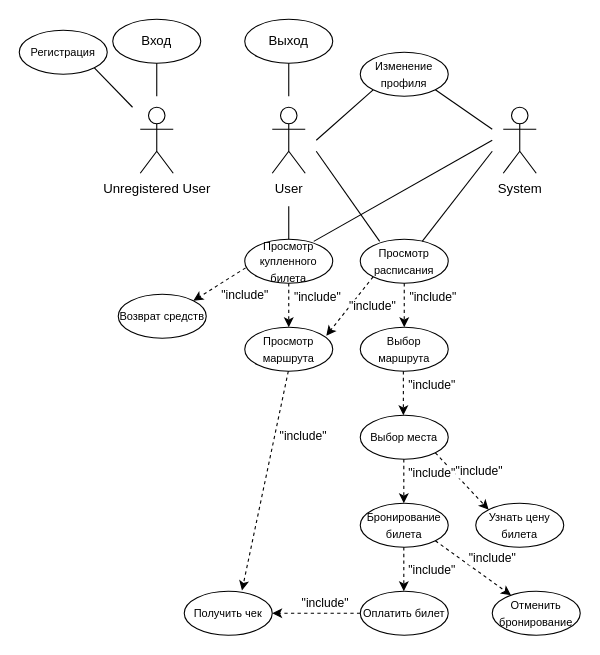
This is диаграмма использования.drawio from SokDobry1/java_project, a draw.io file, before an edit. Source tidied: cells renumbered, new cells numbered last; positions are measured from the earlier drawing's top-left corner, leaving out a move shared by most shapes. Both pictures are drawn from the tidied source at 110%, with x=0, y=0 at pixel (19, 19).
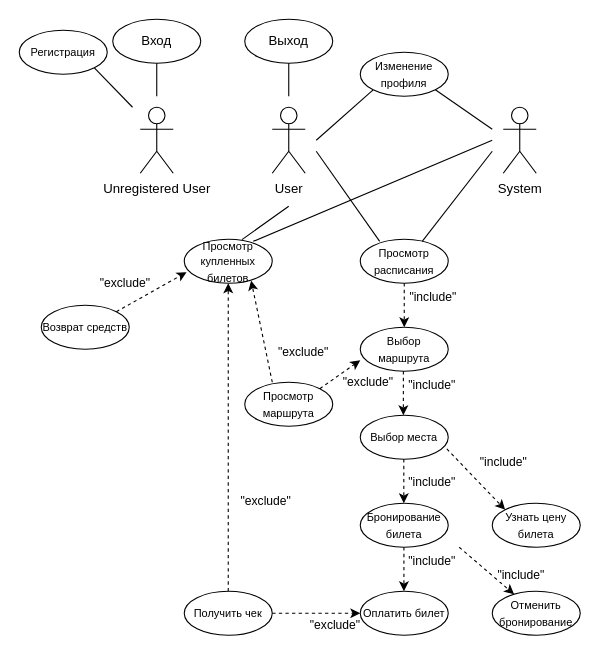
Above is the later version.

The change refers to these unchanged cells:
```xml
<mxCell id="7" value="&lt;font style=&quot;font-size: 10px;&quot;&gt;Выбор маршрута&lt;/font&gt;" style="ellipse;whiteSpace=wrap;html=1;" parent="1" vertex="1">
  <mxGeometry x="310" y="280" width="80" height="40" as="geometry" />
</mxCell>
<mxCell id="13" value="&lt;font style=&quot;font-size: 10px;&quot;&gt;Просмотр расписания&lt;/font&gt;" style="ellipse;whiteSpace=wrap;html=1;" parent="1" vertex="1">
  <mxGeometry x="310" y="200" width="80" height="40" as="geometry" />
</mxCell>
<mxCell id="17" value="&lt;font style=&quot;font-size: 10px;&quot;&gt;Выбор места&lt;/font&gt;" style="ellipse;whiteSpace=wrap;html=1;" parent="1" vertex="1">
  <mxGeometry x="310" y="360" width="80" height="40" as="geometry" />
</mxCell>
<mxCell id="18" value="&lt;font style=&quot;font-size: 10px;&quot;&gt;Бронирование билета&lt;/font&gt;" style="ellipse;whiteSpace=wrap;html=1;" parent="1" vertex="1">
  <mxGeometry x="310" y="440" width="80" height="40" as="geometry" />
</mxCell>
<mxCell id="19" value="&lt;font style=&quot;font-size: 10px;&quot;&gt;Оплатить билет&lt;/font&gt;" style="ellipse;whiteSpace=wrap;html=1;" parent="1" vertex="1">
  <mxGeometry x="310" y="520" width="80" height="40" as="geometry" />
</mxCell>
<mxCell id="20" value="&lt;font style=&quot;font-size: 10px;&quot;&gt;Получить чек&lt;/font&gt;" style="ellipse;whiteSpace=wrap;html=1;" parent="1" vertex="1">
  <mxGeometry x="150" y="520" width="80" height="40" as="geometry" />
</mxCell>
<mxCell id="21" value="&lt;font style=&quot;font-size: 10px;&quot;&gt;Отменить бронирование&lt;/font&gt;" style="ellipse;whiteSpace=wrap;html=1;" parent="1" vertex="1">
  <mxGeometry x="430" y="520" width="80" height="40" as="geometry" />
</mxCell>
<mxCell id="45" style="endArrow=classic;html=1;rounded=0;exitX=0.5;exitY=1;exitDx=0;exitDy=0;entryX=0.5;entryY=0;entryDx=0;entryDy=0;dashed=1;" parent="1" edge="1">
  <mxGeometry relative="1" as="geometry">
    <mxPoint x="349.6" y="400" as="sourcePoint" />
    <mxPoint x="349.6" y="440" as="targetPoint" />
  </mxGeometry>
</mxCell>
```

The edit, as a diff of the source:
```diff
@@
     <mxCell id="14" value="&lt;font style=&quot;font-size: 10px;&quot;&gt;Узнать цену билета&lt;/font&gt;" style="ellipse;whiteSpace=wrap;html=1;" parent="1" vertex="1">
-      <mxGeometry x="415" y="440" width="80" height="40" as="geometry" />
+      <mxGeometry x="430" y="440" width="80" height="40" as="geometry" />
     </mxCell>
-    <mxCell id="15" value="&lt;font style=&quot;font-size: 10px;&quot;&gt;Просмотр купленного билета&lt;/font&gt;" style="ellipse;whiteSpace=wrap;html=1;" parent="1" vertex="1">
-      <mxGeometry x="205" y="200" width="80" height="40" as="geometry" />
+    <mxCell id="15" value="&lt;font style=&quot;font-size: 10px;&quot;&gt;Просмотр купленных билетов&lt;/font&gt;" style="ellipse;whiteSpace=wrap;html=1;" parent="1" vertex="1">
+      <mxGeometry x="150" y="200" width="80" height="40" as="geometry" />
     </mxCell>
     <mxCell id="16" value="&lt;font style=&quot;font-size: 10px;&quot;&gt;Возврат средств&lt;/font&gt;" style="ellipse;whiteSpace=wrap;html=1;" parent="1" vertex="1">
-      <mxGeometry x="90" y="250" width="80" height="40" as="geometry" />
+      <mxGeometry x="20" y="260" width="80" height="40" as="geometry" />
     </mxCell>
@@
     <mxCell id="22" value="&lt;font style=&quot;font-size: 10px;&quot;&gt;Просмотр маршрута&lt;/font&gt;" style="ellipse;whiteSpace=wrap;html=1;" parent="1" vertex="1">
-      <mxGeometry x="205" y="280" width="80" height="40" as="geometry" />
+      <mxGeometry x="205" y="330" width="80" height="40" as="geometry" />
     </mxCell>
@@
-    <mxCell id="25" style="endArrow=none;html=1;rounded=0;entryX=0.5;entryY=0;entryDx=0;entryDy=0;" parent="1" edge="1" target="15">
+    <mxCell id="25" style="endArrow=none;html=1;rounded=0;entryX=0.656;entryY=0.008;entryDx=0;entryDy=0;entryPerimeter=0;" parent="1" edge="1" target="15">
       <mxGeometry relative="1" as="geometry">
         <mxPoint x="245" y="170" as="sourcePoint" />
       </mxGeometry>
     </mxCell>
@@
-    <mxCell id="29" style="endArrow=classic;html=1;rounded=0;exitX=0.5;exitY=1;exitDx=0;exitDy=0;entryX=0.5;entryY=0;entryDx=0;entryDy=0;dashed=1;" parent="1" edge="1" source="15" target="22">
-      <mxGeometry relative="1" as="geometry" />
-    </mxCell>
-    <mxCell id="30" value="&quot;include&quot;" style="edgeLabel;html=1;align=center;verticalAlign=middle;" parent="29" vertex="1">
-      <mxGeometry x="-0.41" y="-1" relative="1" as="geometry">
-        <mxPoint x="26" as="offset" />
-      </mxGeometry>
-    </mxCell>
-    <mxCell id="31" style="endArrow=classic;html=1;rounded=0;entryX=1;entryY=0;entryDx=0;entryDy=0;dashed=1;exitX=0.01;exitY=0.65;exitDx=0;exitDy=0;exitPerimeter=0;" parent="1" edge="1" source="15" target="16">
-      <mxGeometry relative="1" as="geometry" />
-    </mxCell>
-    <mxCell id="32" value="&quot;include&quot;" style="edgeLabel;html=1;align=center;verticalAlign=middle;" parent="31" vertex="1">
-      <mxGeometry x="-0.41" y="-1" relative="1" as="geometry">
-        <mxPoint x="14" y="16" as="offset" />
-      </mxGeometry>
-    </mxCell>
@@
-    <mxCell id="35" style="endArrow=classic;html=1;rounded=0;exitX=0;exitY=1;exitDx=0;exitDy=0;entryX=0.927;entryY=0.192;entryDx=0;entryDy=0;dashed=1;entryPerimeter=0;" parent="1" edge="1" source="13" target="22">
-      <mxGeometry relative="1" as="geometry" />
-    </mxCell>
-    <mxCell id="36" value="&quot;include&quot;" style="edgeLabel;html=1;align=center;verticalAlign=middle;" parent="35" vertex="1">
-      <mxGeometry x="-0.41" y="-1" relative="1" as="geometry">
-        <mxPoint x="12" y="11" as="offset" />
-      </mxGeometry>
-    </mxCell>
@@
-    <mxCell id="39" style="endArrow=classic;html=1;rounded=0;exitX=0.5;exitY=1;exitDx=0;exitDy=0;entryX=0.656;entryY=-0.017;entryDx=0;entryDy=0;dashed=1;entryPerimeter=0;" parent="1" edge="1" target="20">
-      <mxGeometry relative="1" as="geometry">
-        <mxPoint x="244.6" y="320" as="sourcePoint" />
-      </mxGeometry>
-    </mxCell>
-    <mxCell id="40" value="&quot;include&quot;" style="edgeLabel;html=1;align=center;verticalAlign=middle;" parent="39" vertex="1">
-      <mxGeometry x="-0.41" y="-1" relative="1" as="geometry">
-        <mxPoint x="26" as="offset" />
-      </mxGeometry>
-    </mxCell>
-    <mxCell id="41" style="endArrow=classic;html=1;rounded=0;exitX=0;exitY=0.5;exitDx=0;exitDy=0;entryX=1;entryY=0.5;entryDx=0;entryDy=0;dashed=1;" parent="1" edge="1" source="19" target="20">
-      <mxGeometry relative="1" as="geometry" />
-    </mxCell>
-    <mxCell id="42" value="&quot;include&quot;" style="edgeLabel;html=1;align=center;verticalAlign=middle;" parent="41" vertex="1">
-      <mxGeometry x="-0.41" y="-1" relative="1" as="geometry">
-        <mxPoint x="-9" y="-9" as="offset" />
-      </mxGeometry>
-    </mxCell>
-    <mxCell id="43" style="endArrow=classic;html=1;rounded=0;exitX=1;exitY=1;exitDx=0;exitDy=0;entryX=0;entryY=0;entryDx=0;entryDy=0;dashed=1;" parent="1" edge="1" source="17" target="14">
-      <mxGeometry relative="1" as="geometry" />
-    </mxCell>
-    <mxCell id="44" value="&quot;include&quot;" style="edgeLabel;html=1;align=center;verticalAlign=middle;" parent="43" vertex="1">
-      <mxGeometry x="-0.41" y="-1" relative="1" as="geometry">
-        <mxPoint x="26" as="offset" />
-      </mxGeometry>
-    </mxCell>
@@
     <mxCell id="46" value="&quot;include&quot;" style="edgeLabel;html=1;align=center;verticalAlign=middle;" parent="45" vertex="1">
       <mxGeometry x="-0.41" y="-1" relative="1" as="geometry">
-        <mxPoint x="26" as="offset" />
+        <mxPoint x="26" y="8" as="offset" />
       </mxGeometry>
     </mxCell>
-    <mxCell id="47" style="endArrow=classic;html=1;rounded=0;exitX=0.5;exitY=1;exitDx=0;exitDy=0;entryX=0.5;entryY=0;entryDx=0;entryDy=0;dashed=1;" parent="1" edge="1">
-      <mxGeometry relative="1" as="geometry">
-        <mxPoint x="349.6" y="480" as="sourcePoint" />
-        <mxPoint x="349.6" y="520" as="targetPoint" />
-      </mxGeometry>
-    </mxCell>
-    <mxCell id="48" value="&quot;include&quot;" style="edgeLabel;html=1;align=center;verticalAlign=middle;" parent="47" vertex="1">
-      <mxGeometry x="-0.41" y="-1" relative="1" as="geometry">
-        <mxPoint x="26" y="8" as="offset" />
-      </mxGeometry>
-    </mxCell>
-    <mxCell id="49" style="endArrow=classic;html=1;rounded=0;exitX=1;exitY=1;exitDx=0;exitDy=0;dashed=1;" parent="1" edge="1" source="18" target="21">
-      <mxGeometry relative="1" as="geometry" />
-    </mxCell>
-    <mxCell id="50" value="&quot;include&quot;" style="edgeLabel;html=1;align=center;verticalAlign=middle;" parent="49" vertex="1">
-      <mxGeometry x="-0.41" y="-1" relative="1" as="geometry">
-        <mxPoint x="32" as="offset" />
-      </mxGeometry>
-    </mxCell>
+    <mxCell id="51" style="endArrow=classic;html=1;rounded=0;exitX=1;exitY=0.5;exitDx=0;exitDy=0;dashed=1;entryX=0;entryY=0.5;entryDx=0;entryDy=0;" parent="1" edge="1" source="20" target="19">
+      <mxGeometry relative="1" as="geometry" />
+    </mxCell>
+    <mxCell id="52" value="&quot;exclude&quot;" style="edgeLabel;html=1;align=center;verticalAlign=middle;" parent="51" vertex="1">
+      <mxGeometry x="-0.41" y="-1" relative="1" as="geometry">
+        <mxPoint x="32" y="9" as="offset" />
+      </mxGeometry>
+    </mxCell>
+    <mxCell id="53" style="endArrow=classic;html=1;rounded=0;exitX=0.5;exitY=0;exitDx=0;exitDy=0;dashed=1;entryX=0.5;entryY=1;entryDx=0;entryDy=0;" parent="1" edge="1" source="20" target="15">
+      <mxGeometry relative="1" as="geometry" />
+    </mxCell>
+    <mxCell id="54" value="&quot;exclude&quot;" style="edgeLabel;html=1;align=center;verticalAlign=middle;" parent="53" vertex="1">
+      <mxGeometry x="-0.41" y="-1" relative="1" as="geometry">
+        <mxPoint x="32" as="offset" />
+      </mxGeometry>
+    </mxCell>
+    <mxCell id="55" style="endArrow=classic;html=1;rounded=0;exitX=0.5;exitY=1;exitDx=0;exitDy=0;entryX=0.5;entryY=0;entryDx=0;entryDy=0;dashed=1;" parent="1" edge="1">
+      <mxGeometry relative="1" as="geometry">
+        <mxPoint x="349.7" y="480" as="sourcePoint" />
+        <mxPoint x="349.7" y="520" as="targetPoint" />
+      </mxGeometry>
+    </mxCell>
+    <mxCell id="56" value="&quot;include&quot;" style="edgeLabel;html=1;align=center;verticalAlign=middle;" parent="55" vertex="1">
+      <mxGeometry x="-0.41" y="-1" relative="1" as="geometry">
+        <mxPoint x="26" as="offset" />
+      </mxGeometry>
+    </mxCell>
+    <mxCell id="57" style="endArrow=classic;html=1;rounded=0;dashed=1;" parent="1" edge="1" target="21">
+      <mxGeometry relative="1" as="geometry">
+        <mxPoint x="400" y="480" as="sourcePoint" />
+      </mxGeometry>
+    </mxCell>
+    <mxCell id="58" value="&quot;include&quot;" style="edgeLabel;html=1;align=center;verticalAlign=middle;" parent="57" vertex="1">
+      <mxGeometry x="-0.41" y="-1" relative="1" as="geometry">
+        <mxPoint x="42" y="11" as="offset" />
+      </mxGeometry>
+    </mxCell>
+    <mxCell id="59" style="endArrow=classic;html=1;rounded=0;exitX=1;exitY=0;exitDx=0;exitDy=0;dashed=1;entryX=0.027;entryY=0.749;entryDx=0;entryDy=0;entryPerimeter=0;" parent="1" edge="1" source="16" target="15">
+      <mxGeometry relative="1" as="geometry" />
+    </mxCell>
+    <mxCell id="60" value="&quot;exclude&quot;" style="edgeLabel;html=1;align=center;verticalAlign=middle;" parent="59" vertex="1">
+      <mxGeometry x="-0.41" y="-1" relative="1" as="geometry">
+        <mxPoint x="-12" y="-16" as="offset" />
+      </mxGeometry>
+    </mxCell>
+    <mxCell id="61" style="endArrow=classic;html=1;rounded=0;exitX=1;exitY=0;exitDx=0;exitDy=0;dashed=1;entryX=0;entryY=0.75;entryDx=0;entryDy=0;entryPerimeter=0;" parent="1" edge="1" source="22" target="7">
+      <mxGeometry relative="1" as="geometry" />
+    </mxCell>
+    <mxCell id="62" value="&quot;exclude&quot;" style="edgeLabel;html=1;align=center;verticalAlign=middle;" parent="61" vertex="1">
+      <mxGeometry x="-0.41" y="-1" relative="1" as="geometry">
+        <mxPoint x="32" as="offset" />
+      </mxGeometry>
+    </mxCell>
+    <mxCell id="63" style="endArrow=classic;html=1;rounded=0;exitX=0.313;exitY=0;exitDx=0;exitDy=0;dashed=1;entryX=0.76;entryY=0.939;entryDx=0;entryDy=0;exitPerimeter=0;entryPerimeter=0;" parent="1" edge="1" source="22" target="15">
+      <mxGeometry relative="1" as="geometry" />
+    </mxCell>
+    <mxCell id="64" value="&quot;exclude&quot;" style="edgeLabel;html=1;align=center;verticalAlign=middle;" parent="63" vertex="1">
+      <mxGeometry x="-0.41" y="-1" relative="1" as="geometry">
+        <mxPoint x="32" as="offset" />
+      </mxGeometry>
+    </mxCell>
+    <mxCell id="43" style="endArrow=classic;html=1;rounded=0;exitX=0.984;exitY=0.766;exitDx=0;exitDy=0;entryX=0;entryY=0;entryDx=0;entryDy=0;dashed=1;exitPerimeter=0;" parent="1" edge="1" source="17" target="14">
+      <mxGeometry relative="1" as="geometry" />
+    </mxCell>
+    <mxCell id="65" value="&quot;include&quot;" style="edgeLabel;html=1;align=center;verticalAlign=middle;" parent="43" vertex="1">
+      <mxGeometry x="-0.41" y="-1" relative="1" as="geometry">
+        <mxPoint x="36" y="-5" as="offset" />
+      </mxGeometry>
+    </mxCell>
```
